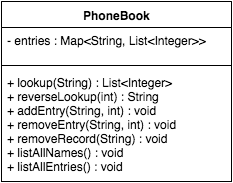
Before: PhoneBook.png, a diagram exported from draw.io (jleczner/HoldingObjectsLab). Source tidied: cells renumbered, new cells last; positions are measured from the earlier drawing's top-left corner, leaving out a move shared by most shapes.
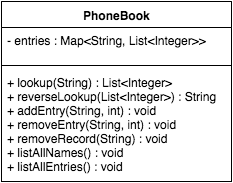
Above is the later version.

Commit message:
refactored UML, added test stubs

Diff of the diagram source:
```diff
@@ -11,7 +11,7 @@
     <mxCell id="4" style="line;html=1;strokeWidth=1;fillColor=none;align=left;verticalAlign=middle;spacingTop=-1;spacingLeft=3;spacingRight=3;labelPosition=right;" parent="2" vertex="1">
       <mxGeometry y="60" width="230" height="8" as="geometry" />
     </mxCell>
-    <mxCell id="5" value="+ lookup(String) : List&amp;lt;Integer&amp;gt;&lt;div&gt;+ reverseLookup(int) : String&lt;br&gt;&lt;div&gt;+ addEntry(String, int) : void&lt;/div&gt;&lt;div&gt;+ removeEntry(String, int) : void&lt;/div&gt;&lt;div&gt;+ removeRecord(String) : void&lt;/div&gt;&lt;div&gt;+ listAllNames() : void&lt;/div&gt;&lt;div&gt;+ listAllEntries() : void&lt;/div&gt;&lt;/div&gt;" style="text;html=1;strokeColor=none;fillColor=none;align=left;verticalAlign=top;spacingLeft=4;spacingRight=4;whiteSpace=wrap;overflow=hidden;" parent="2" vertex="1">
+    <mxCell id="5" value="+ lookup(String) : List&amp;lt;Integer&amp;gt;&lt;div&gt;+ reverseLookup(List&amp;lt;Integer&amp;gt;) : String&lt;br&gt;&lt;div&gt;+ addEntry(String, int) : void&lt;/div&gt;&lt;div&gt;+ removeEntry(String, int) : void&lt;/div&gt;&lt;div&gt;+ removeRecord(String) : void&lt;/div&gt;&lt;div&gt;+ listAllNames() : void&lt;/div&gt;&lt;div&gt;+ listAllEntries() : void&lt;/div&gt;&lt;/div&gt;" style="text;html=1;strokeColor=none;fillColor=none;align=left;verticalAlign=top;spacingLeft=4;spacingRight=4;whiteSpace=wrap;overflow=hidden;" parent="2" vertex="1">
       <mxGeometry y="68" width="230" height="102" as="geometry" />
     </mxCell>
   </root>
```
